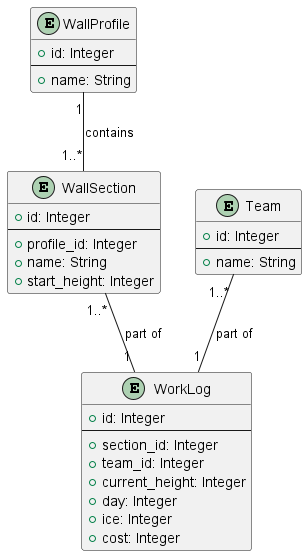
This is assets/images/C4_L4_data_models.png from braboj/the-great-wall, a PlantUML export, as it was before one commit. The source it was exported from:
```plantuml
@startuml

entity WallProfile {
    +id: Integer
    --
    +name: String
}

entity WallSection {
    +id: Integer
    --
    +profile_id: Integer
    +name: String
    +start_height: Integer
}

entity Team {
    +id: Integer
    --
    +name: String
}

entity WorkLog {
    +id: Integer
    --
    +section_id: Integer
    +team_id: Integer
    +current_height: Integer
    +day: Integer
    +ice: Integer
    +cost: Integer
}

WallProfile "1" -- "1..*" WallSection : contains
WallSection "1..*" -- "1" WorkLog : part of
Team "1..*" -- "1" WorkLog : part of



@enduml
```
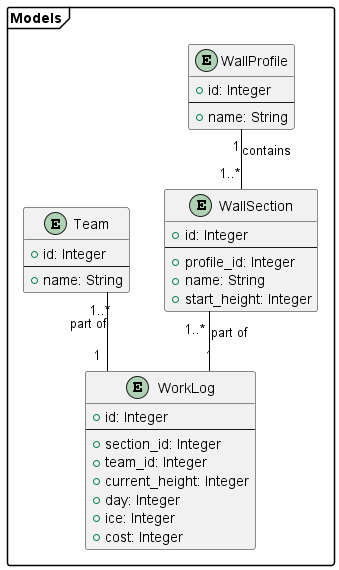
Later version of the same file.

Diff of the diagram source:
```diff
@@ -1,36 +1,48 @@
 @startuml
 
-entity WallProfile {
-    +id: Integer
-    --
-    +name: String
+skinparam {
+    PackageStyle Frame
+    ArrowColor #000000
+    BackgroundColor #ffffff
+    BorderColor #b0b0b0
+    linetype polyline
+    linetype ortho
 }
 
-entity WallSection {
-    +id: Integer
-    --
-    +profile_id: Integer
-    +name: String
-    +start_height: Integer
+package Models {
+
+    entity WallProfile {
+        +id: Integer
+        --
+        +name: String
+    }
+
+    entity WallSection {
+        +id: Integer
+        --
+        +profile_id: Integer
+        +name: String
+        +start_height: Integer
+    }
+
+    entity Team {
+        +id: Integer
+        --
+        +name: String
+    }
+
+    entity WorkLog {
+        +id: Integer
+        --
+        +section_id: Integer
+        +team_id: Integer
+        +current_height: Integer
+        +day: Integer
+        +ice: Integer
+        +cost: Integer
+    }
+
 }
-
-entity Team {
-    +id: Integer
-    --
-    +name: String
-}
-
-entity WorkLog {
-    +id: Integer
-    --
-    +section_id: Integer
-    +team_id: Integer
-    +current_height: Integer
-    +day: Integer
-    +ice: Integer
-    +cost: Integer
-}
-
 WallProfile "1" -- "1..*" WallSection : contains
 WallSection "1..*" -- "1" WorkLog : part of
 Team "1..*" -- "1" WorkLog : part of
```
